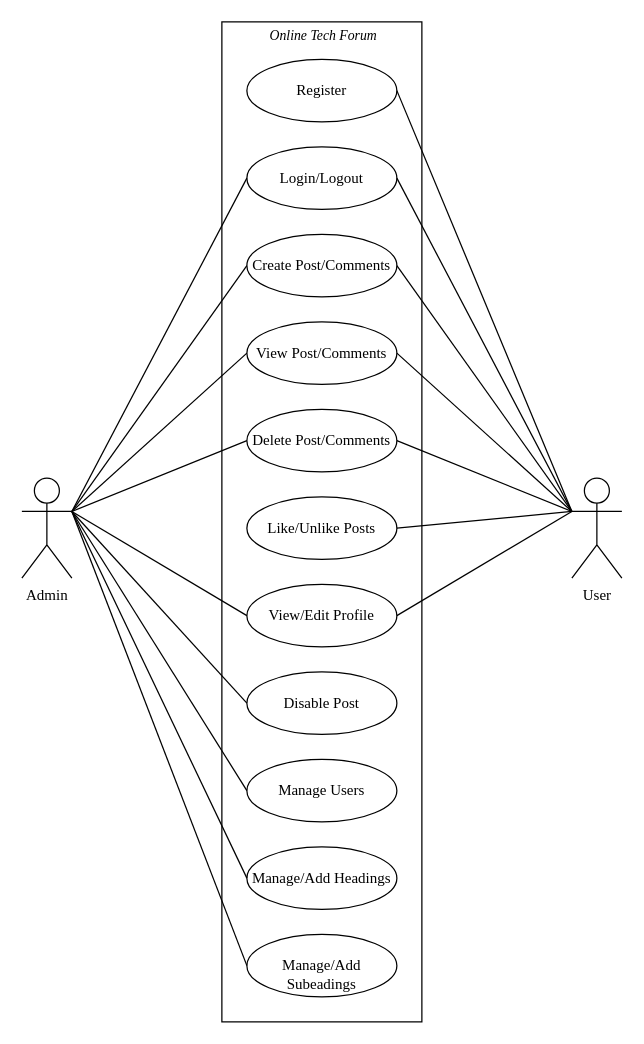
Before: properusecasediagramm.drawio in AshishGaut/flowcharts, a draw.io diagram. Source tidied: cells renumbered, new cells numbered last; positions are measured from the earlier drawing's top-left corner, leaving out a move shared by most shapes. Both pictures are drawn from the tidied source at 125%, with x=0, y=0 at pixel (21, 21).
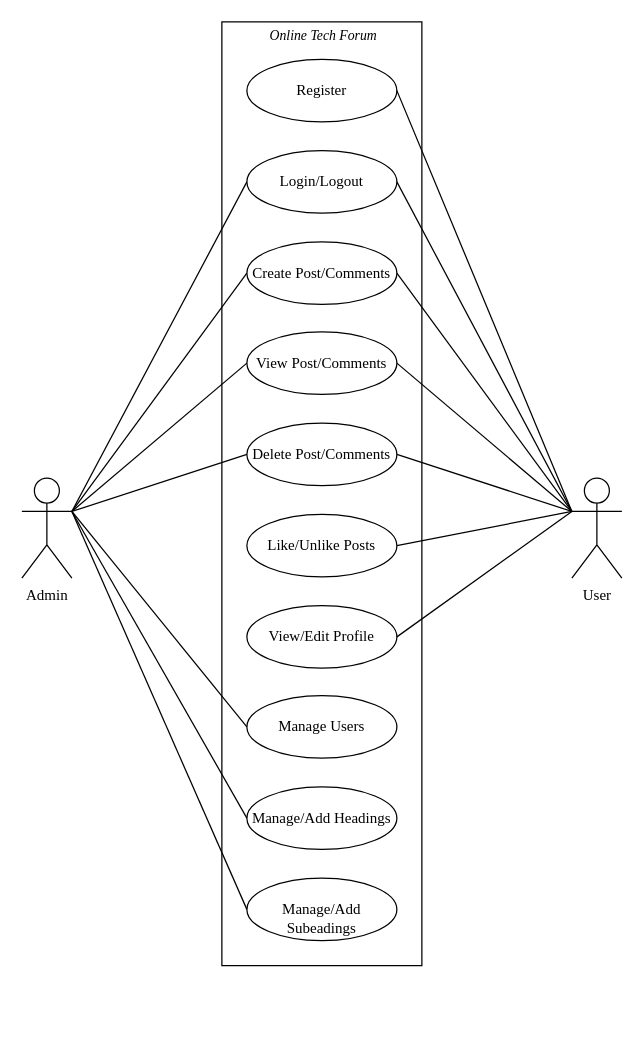
The same diagram, later.

The change refers to these unchanged cells:
```xml
<mxCell id="14" value="Admin" style="shape=umlActor;verticalLabelPosition=bottom;verticalAlign=top;html=1;outlineConnect=0;fontFamily=Times New Roman;labelBackgroundColor=none;" parent="1" vertex="1">
  <mxGeometry y="365" width="40" height="80" as="geometry" />
</mxCell>
```

Change to the diagram source:
```diff
@@
     <mxCell id="2" style="rounded=0;whiteSpace=wrap;html=1;fillColor=none;fontFamily=Times New Roman;labelBackgroundColor=none;" parent="1" vertex="1">
-      <mxGeometry x="160" width="160" height="800" as="geometry" />
+      <mxGeometry x="160" width="160" height="755" as="geometry" />
     </mxCell>
@@
     <mxCell id="4" value="Login/Logout" style="ellipse;whiteSpace=wrap;html=1;fontFamily=Times New Roman;labelBackgroundColor=none;" parent="1" vertex="1">
-      <mxGeometry x="180" y="100" width="120" height="50" as="geometry" />
+      <mxGeometry x="180" y="103" width="120" height="50" as="geometry" />
     </mxCell>
     <mxCell id="5" value="Create Post/Comments" style="ellipse;whiteSpace=wrap;html=1;fontFamily=Times New Roman;labelBackgroundColor=none;" parent="1" vertex="1">
-      <mxGeometry x="180" y="170" width="120" height="50" as="geometry" />
+      <mxGeometry x="180" y="176" width="120" height="50" as="geometry" />
     </mxCell>
     <mxCell id="6" value="View Post/Comments" style="ellipse;whiteSpace=wrap;html=1;fontFamily=Times New Roman;labelBackgroundColor=none;" parent="1" vertex="1">
-      <mxGeometry x="180" y="240" width="120" height="50" as="geometry" />
+      <mxGeometry x="180" y="248" width="120" height="50" as="geometry" />
     </mxCell>
     <mxCell id="7" value="View/Edit Profile" style="ellipse;whiteSpace=wrap;html=1;fontFamily=Times New Roman;labelBackgroundColor=none;" parent="1" vertex="1">
-      <mxGeometry x="180" y="450" width="120" height="50" as="geometry" />
+      <mxGeometry x="180" y="467" width="120" height="50" as="geometry" />
     </mxCell>
-    <mxCell id="8" value="Disable Post" style="ellipse;whiteSpace=wrap;html=1;fontFamily=Times New Roman;labelBackgroundColor=none;" parent="1" vertex="1">
-      <mxGeometry x="180" y="520" width="120" height="50" as="geometry" />
-    </mxCell>
     <mxCell id="9" value="Delete Post/Comments" style="ellipse;whiteSpace=wrap;html=1;fontFamily=Times New Roman;labelBackgroundColor=none;" parent="1" vertex="1">
-      <mxGeometry x="180" y="310" width="120" height="50" as="geometry" />
+      <mxGeometry x="180" y="321" width="120" height="50" as="geometry" />
     </mxCell>
     <mxCell id="10" value="Like/Unlike Posts" style="ellipse;whiteSpace=wrap;html=1;fontFamily=Times New Roman;labelBackgroundColor=none;" parent="1" vertex="1">
-      <mxGeometry x="180" y="380" width="120" height="50" as="geometry" />
+      <mxGeometry x="180" y="394" width="120" height="50" as="geometry" />
     </mxCell>
     <mxCell id="11" value="&lt;br&gt;&lt;span style=&quot;color: rgb(0, 0, 0); font-size: 12px; font-style: normal; font-variant-ligatures: normal; font-variant-caps: normal; font-weight: 400; letter-spacing: normal; orphans: 2; text-align: center; text-indent: 0px; text-transform: none; widows: 2; word-spacing: 0px; -webkit-text-stroke-width: 0px; text-decoration-thickness: initial; text-decoration-style: initial; text-decoration-color: initial; float: none; display: inline !important;&quot;&gt;Manage/Add Subeadings&lt;/span&gt;&lt;br&gt;" style="ellipse;whiteSpace=wrap;html=1;fontFamily=Times New Roman;labelBackgroundColor=none;" parent="1" vertex="1">
-      <mxGeometry x="180" y="730" width="120" height="50" as="geometry" />
+      <mxGeometry x="180" y="685" width="120" height="50" as="geometry" />
     </mxCell>
     <mxCell id="12" value="Manage/Add Headings" style="ellipse;whiteSpace=wrap;html=1;fontFamily=Times New Roman;labelBackgroundColor=none;" parent="1" vertex="1">
-      <mxGeometry x="180" y="660" width="120" height="50" as="geometry" />
+      <mxGeometry x="180" y="612" width="120" height="50" as="geometry" />
     </mxCell>
     <mxCell id="13" value="Manage Users" style="ellipse;whiteSpace=wrap;html=1;fontFamily=Times New Roman;labelBackgroundColor=none;" parent="1" vertex="1">
-      <mxGeometry x="180" y="590" width="120" height="50" as="geometry" />
+      <mxGeometry x="180" y="539" width="120" height="50" as="geometry" />
     </mxCell>
@@
-    <mxCell id="25" style="endArrow=none;html=1;rounded=0;exitX=1;exitY=0.3333333333333333;exitDx=0;exitDy=0;exitPerimeter=0;entryX=0;entryY=0.5;entryDx=0;entryDy=0;" parent="1" edge="1" source="14" target="7">
-      <mxGeometry relative="1" as="geometry" />
-    </mxCell>
@@
-    <mxCell id="27" style="endArrow=none;html=1;rounded=0;exitX=1;exitY=0.3333333333333333;exitDx=0;exitDy=0;exitPerimeter=0;entryX=0;entryY=0.5;entryDx=0;entryDy=0;" parent="1" edge="1" source="14" target="8">
-      <mxGeometry relative="1" as="geometry" />
-    </mxCell>
```
